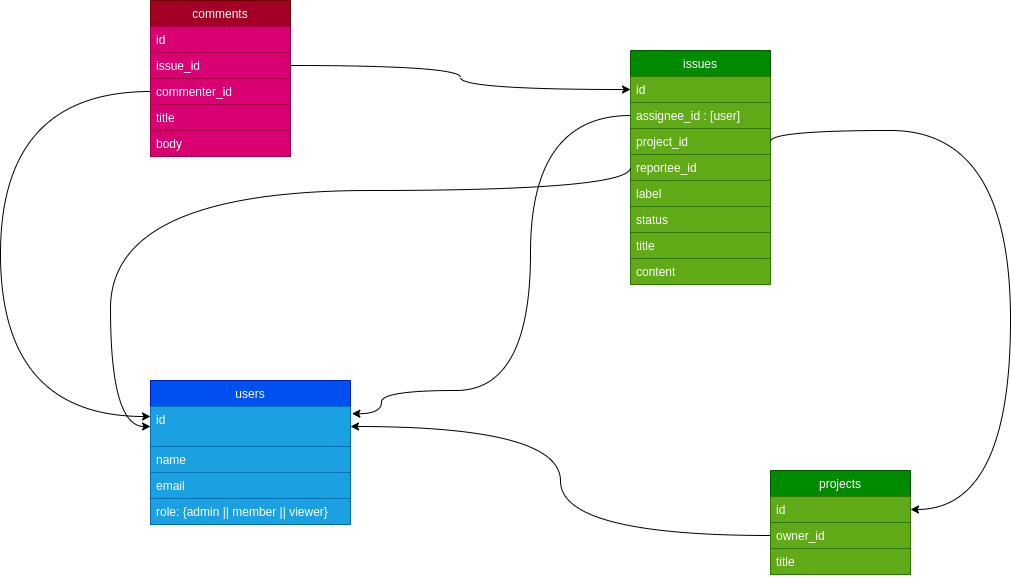
The draw.io diagram draw.drawio.png in uguremirmustafa/jira-clone, before a commit. Source tidied: cells renumbered, new cells last; positions are measured from the earlier drawing's top-left corner, leaving out a move shared by most shapes.
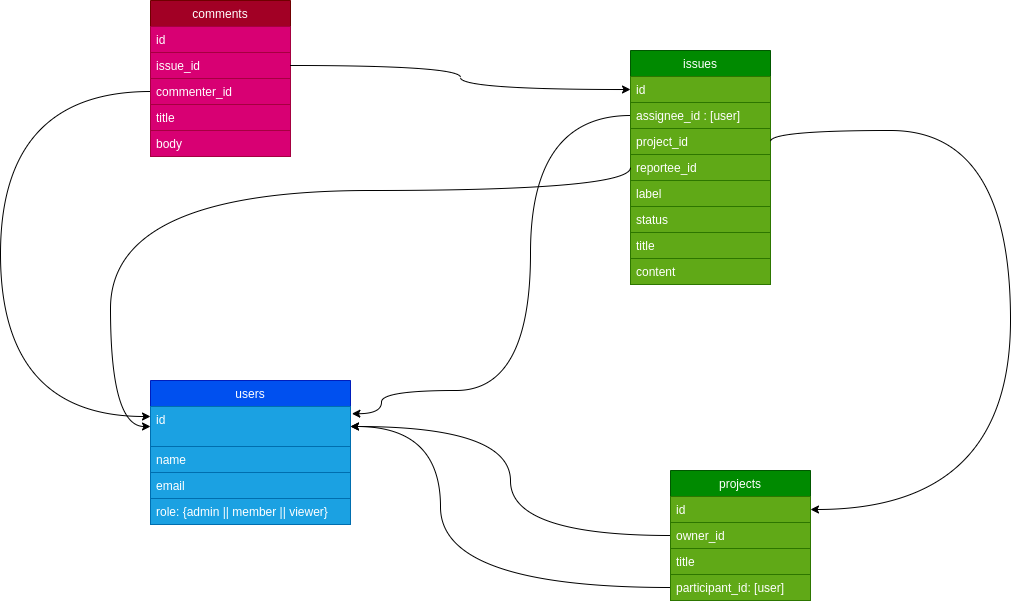
Later version of the same file.

Change to the diagram source:
```diff
@@ -18,7 +18,7 @@
       <mxGeometry y="118" width="200" height="26" as="geometry" />
     </mxCell>
     <mxCell id="7" value="projects" style="swimlane;fontStyle=0;horizontal=1;startSize=26;fillColor=#008a00;rounded=0;strokeColor=#005700;fontColor=#ffffff;" parent="1" vertex="1">
-      <mxGeometry x="770" y="470" width="140" height="104" as="geometry" />
+      <mxGeometry x="670" y="470" width="140" height="130" as="geometry" />
     </mxCell>
     <mxCell id="8" value="id" style="text;strokeColor=#2D7600;fillColor=#60a917;align=left;verticalAlign=top;spacingLeft=4;spacingRight=4;overflow=hidden;points=[[0,0.5],[1,0.5]];portConstraint=eastwest;fontColor=#ffffff;" parent="7" vertex="1">
       <mxGeometry y="26" width="140" height="26" as="geometry" />
@@ -29,6 +29,9 @@
     <mxCell id="10" value="title" style="text;strokeColor=#2D7600;fillColor=#60a917;align=left;verticalAlign=top;spacingLeft=4;spacingRight=4;overflow=hidden;fontColor=#ffffff;" parent="7" vertex="1">
       <mxGeometry y="78" width="140" height="26" as="geometry" />
     </mxCell>
+    <mxCell id="32" value="participant_id: [user]" style="text;strokeColor=#2D7600;fillColor=#60a917;align=left;verticalAlign=top;spacingLeft=4;spacingRight=4;overflow=hidden;points=[[0,0.5],[1,0.5]];portConstraint=eastwest;fontColor=#ffffff;" parent="7" vertex="1">
+      <mxGeometry y="104" width="140" height="26" as="geometry" />
+    </mxCell>
     <mxCell id="11" value="issues" style="swimlane;fontStyle=0;horizontal=1;startSize=26;fillColor=#008a00;rounded=0;strokeColor=#005700;fontColor=#ffffff;" parent="1" vertex="1">
       <mxGeometry x="630" y="50" width="140" height="234" as="geometry" />
     </mxCell>
@@ -115,5 +118,13 @@
         </Array>
       </mxGeometry>
     </mxCell>
+    <mxCell id="33" style="edgeStyle=orthogonalEdgeStyle;jettySize=auto;html=1;exitX=0;exitY=0.5;exitDx=0;exitDy=0;entryX=1;entryY=0.5;entryDx=0;entryDy=0;curved=1;" parent="1" edge="1" source="32" target="3">
+      <mxGeometry relative="1" as="geometry">
+        <Array as="points">
+          <mxPoint x="440" y="587" />
+          <mxPoint x="440" y="426" />
+        </Array>
+      </mxGeometry>
+    </mxCell>
   </root>
 </mxGraphModel>
```
